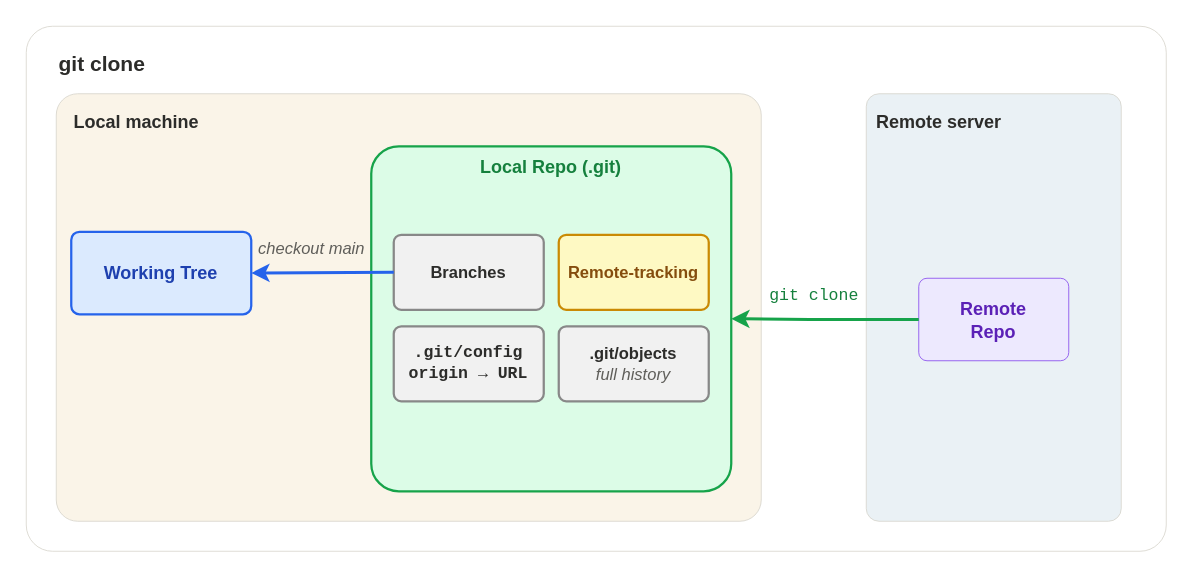
Above: assets/drawio/git-remote-clone.drawio in braboj/tutorial-git (draw.io), before the change. Source tidied: cells renumbered, new cells numbered last; positions are measured from the earlier drawing's top-left corner, leaving out a move shared by most shapes. Both pictures are drawn from the tidied source at 150%, with x=0, y=0 at pixel (26, 26).
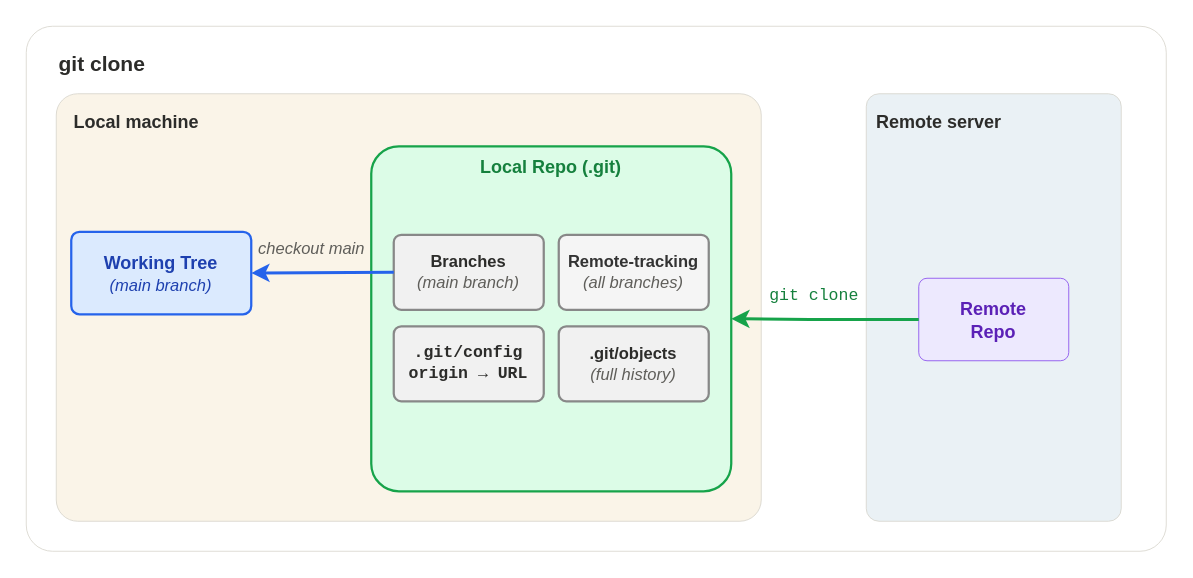
Above is the later version.

Commit message (it also covers changes not shown here):
fix: restore colors and polish all remote chapter diagrams

Diff of the diagram source:
```diff
@@
 <mxGraphModel>
   <root>
     <mxCell id="0" />
     <mxCell id="1" parent="0" />
     <mxCell id="2" style="rounded=1;whiteSpace=wrap;html=1;fillColor=#FFFFFF;strokeColor=#D3D1C7;strokeWidth=0.5;shadow=0;arcSize=5;" parent="1" vertex="1">
       <mxGeometry width="760" height="350" as="geometry" />
     </mxCell>
     <mxCell id="3" value="git clone" style="text;html=1;strokeColor=none;fillColor=none;align=left;verticalAlign=top;fontSize=14;fontStyle=1;fontColor=#2C2C2A;fontFamily=Helvetica;" parent="1" vertex="1">
       <mxGeometry x="20" y="10" width="120" height="24" as="geometry" />
     </mxCell>
     <mxCell id="4" style="rounded=1;whiteSpace=wrap;html=1;fillColor=#FAF4E8;strokeColor=#D3D1C7;strokeWidth=0.5;shadow=0;arcSize=5;" parent="1" vertex="1">
       <mxGeometry x="20" y="45" width="470" height="285" as="geometry" />
     </mxCell>
     <mxCell id="5" value="Local machine" style="text;html=1;strokeColor=none;fillColor=none;align=left;verticalAlign=top;fontSize=12;fontStyle=1;fontColor=#2C2C2A;fontFamily=Helvetica;" parent="1" vertex="1">
       <mxGeometry x="30" y="50" width="240" height="20" as="geometry" />
     </mxCell>
     <mxCell id="6" style="rounded=1;whiteSpace=wrap;html=1;fillColor=#EAF1F5;strokeColor=#D3D1C7;strokeWidth=0.5;shadow=0;arcSize=5;" parent="1" vertex="1">
       <mxGeometry x="560" y="45" width="170" height="285" as="geometry" />
     </mxCell>
     <mxCell id="7" value="Remote server" style="text;html=1;strokeColor=none;fillColor=none;align=left;verticalAlign=top;fontSize=12;fontStyle=1;fontColor=#2C2C2A;fontFamily=Helvetica;" parent="1" vertex="1">
       <mxGeometry x="565" y="50" width="120" height="20" as="geometry" />
     </mxCell>
-    <mxCell id="8" value="Working Tree" style="rounded=1;whiteSpace=wrap;html=1;fillColor=#DBEAFE;strokeColor=#2563EB;strokeWidth=1.5;shadow=0;fontSize=12;fontStyle=1;fontColor=#1E40AF;fontFamily=Helvetica;verticalAlign=middle;align=center;arcSize=10;" parent="1" vertex="1">
+    <mxCell id="8" value="&lt;font style=&quot;color: rgb(30, 64, 175);&quot;&gt;Working Tree&lt;/font&gt;&lt;div&gt;&lt;i style=&quot;font-size: 11px; font-weight: 400; color: rgb(95, 94, 90);&quot;&gt;&lt;font style=&quot;color: rgb(30, 64, 175);&quot;&gt;(main branch)&lt;/font&gt;&lt;/i&gt;&lt;/div&gt;" style="rounded=1;whiteSpace=wrap;html=1;fillColor=#DBEAFE;strokeColor=#2563EB;strokeWidth=1.5;shadow=0;fontSize=12;fontStyle=1;fontColor=#1E40AF;fontFamily=Helvetica;verticalAlign=middle;align=center;arcSize=10;" parent="1" vertex="1">
       <mxGeometry x="30" y="137" width="120" height="55" as="geometry" />
     </mxCell>
     <mxCell id="9" value="Local Repo (.git)" style="rounded=1;whiteSpace=wrap;html=1;fillColor=#DCFCE7;strokeColor=#16A34A;strokeWidth=1.5;shadow=0;fontSize=12;fontStyle=1;fontColor=#15803D;fontFamily=Helvetica;verticalAlign=top;align=center;arcSize=8;" parent="1" vertex="1">
       <mxGeometry x="230" y="80" width="240" height="230" as="geometry" />
     </mxCell>
-    <mxCell id="10" value="Branches" style="rounded=1;whiteSpace=wrap;html=1;fillColor=#F1F1F1;strokeColor=#888888;strokeWidth=1.5;shadow=0;fontSize=11;fontStyle=1;fontColor=#2C2C2A;fontFamily=Helvetica;verticalAlign=middle;align=center;arcSize=10;" parent="1" vertex="1">
+    <mxCell id="10" value="Branches&lt;div&gt;&lt;i style=&quot;color: rgb(95, 94, 90); font-weight: 400;&quot;&gt;(main branch)&lt;/i&gt;&lt;/div&gt;" style="rounded=1;whiteSpace=wrap;html=1;fillColor=#F1F1F1;strokeColor=#888888;strokeWidth=1.5;shadow=0;fontSize=11;fontStyle=1;fontColor=#2C2C2A;fontFamily=Helvetica;verticalAlign=middle;align=center;arcSize=10;" parent="1" vertex="1">
       <mxGeometry x="245" y="139" width="100" height="50" as="geometry" />
     </mxCell>
-    <mxCell id="11" value="Remote-tracking" style="rounded=1;whiteSpace=wrap;html=1;fillColor=#FEF9C3;strokeColor=#CA8A04;strokeWidth=1.5;shadow=0;fontSize=11;fontStyle=1;fontColor=#854D0E;fontFamily=Helvetica;verticalAlign=middle;align=center;arcSize=10;" parent="1" vertex="1">
+    <mxCell id="11" value="Remote-tracking&lt;div&gt;&lt;font color=&quot;#5f5e5a&quot;&gt;&lt;span style=&quot;font-weight: 400;&quot;&gt;&lt;i&gt;(all branches)&lt;/i&gt;&lt;/span&gt;&lt;/font&gt;&lt;/div&gt;" style="rounded=1;whiteSpace=wrap;html=1;fillColor=#f5f5f5;strokeColor=#888888;strokeWidth=1.5;shadow=0;fontSize=11;fontStyle=1;fontColor=#333333;fontFamily=Helvetica;verticalAlign=middle;align=center;arcSize=10;" parent="1" vertex="1">
       <mxGeometry x="355" y="139" width="100" height="50" as="geometry" />
     </mxCell>
     <mxCell id="12" value=".git/config&lt;br&gt;origin → URL" style="rounded=1;whiteSpace=wrap;html=1;fillColor=#F1F1F1;strokeColor=#888888;strokeWidth=1.5;shadow=0;fontSize=11;fontStyle=1;fontColor=#2C2C2A;fontFamily=Courier New;verticalAlign=middle;align=center;arcSize=10;" parent="1" vertex="1">
       <mxGeometry x="245" y="200" width="100" height="50" as="geometry" />
     </mxCell>
-    <mxCell id="13" value=".git/objects&lt;br&gt;&lt;i style=&quot;font-weight:normal;color:#5F5E5A&quot;&gt;full history&lt;/i&gt;" style="rounded=1;whiteSpace=wrap;html=1;fillColor=#F1F1F1;strokeColor=#888888;strokeWidth=1.5;shadow=0;fontSize=11;fontStyle=1;fontColor=#2C2C2A;fontFamily=Helvetica;verticalAlign=middle;align=center;arcSize=10;" parent="1" vertex="1">
+    <mxCell id="13" value=".git/objects&lt;br&gt;&lt;i style=&quot;font-weight:normal;color:#5F5E5A&quot;&gt;(full history)&lt;/i&gt;" style="rounded=1;whiteSpace=wrap;html=1;fillColor=#F1F1F1;strokeColor=#888888;strokeWidth=1.5;shadow=0;fontSize=11;fontStyle=1;fontColor=#2C2C2A;fontFamily=Helvetica;verticalAlign=middle;align=center;arcSize=10;" parent="1" vertex="1">
       <mxGeometry x="355" y="200" width="100" height="50" as="geometry" />
     </mxCell>
     <mxCell id="14" value="Remote&lt;br&gt;Repo" style="rounded=1;whiteSpace=wrap;html=1;fillColor=#EDE9FE;strokeColor=#7C3AED;strokeWidth=0.5;shadow=0;fontSize=12;fontStyle=1;fontColor=#5B21B6;fontFamily=Helvetica;verticalAlign=middle;align=center;arcSize=10;" parent="1" vertex="1">
       <mxGeometry x="595" y="168" width="100" height="55" as="geometry" />
     </mxCell>
     <mxCell id="15" style="endArrow=classic;html=1;strokeColor=#16A34A;strokeWidth=2;endFill=1;endSize=6;exitX=0;exitY=0.5;exitDx=0;exitDy=0;entryX=1;entryY=0.5;entryDx=0;entryDy=0;edgeStyle=orthogonalEdgeStyle;" parent="1" edge="1" source="14" target="9">
       <mxGeometry relative="1" as="geometry" />
     </mxCell>
     <mxCell id="16" value="git clone" style="text;html=1;strokeColor=none;fillColor=none;align=center;verticalAlign=bottom;fontSize=11;fontStyle=0;fontColor=#15803D;fontFamily=Courier New;" parent="1" vertex="1">
       <mxGeometry x="490" y="171" width="70" height="18" as="geometry" />
     </mxCell>
     <mxCell id="17" style="endArrow=classic;html=1;strokeColor=#2563EB;strokeWidth=2;endFill=1;endSize=6;exitX=0;exitY=0.5;exitDx=0;exitDy=0;entryX=1;entryY=0.5;entryDx=0;entryDy=0;" parent="1" edge="1" source="10" target="8">
       <mxGeometry relative="1" as="geometry" />
     </mxCell>
     <mxCell id="18" value="checkout main" style="text;html=1;strokeColor=none;fillColor=none;align=center;verticalAlign=bottom;fontSize=11;fontStyle=2;fontColor=#5F5E5A;fontFamily=Helvetica;" parent="1" vertex="1">
       <mxGeometry x="140" y="139" width="100" height="18" as="geometry" />
     </mxCell>
   </root>
 </mxGraphModel>
```
